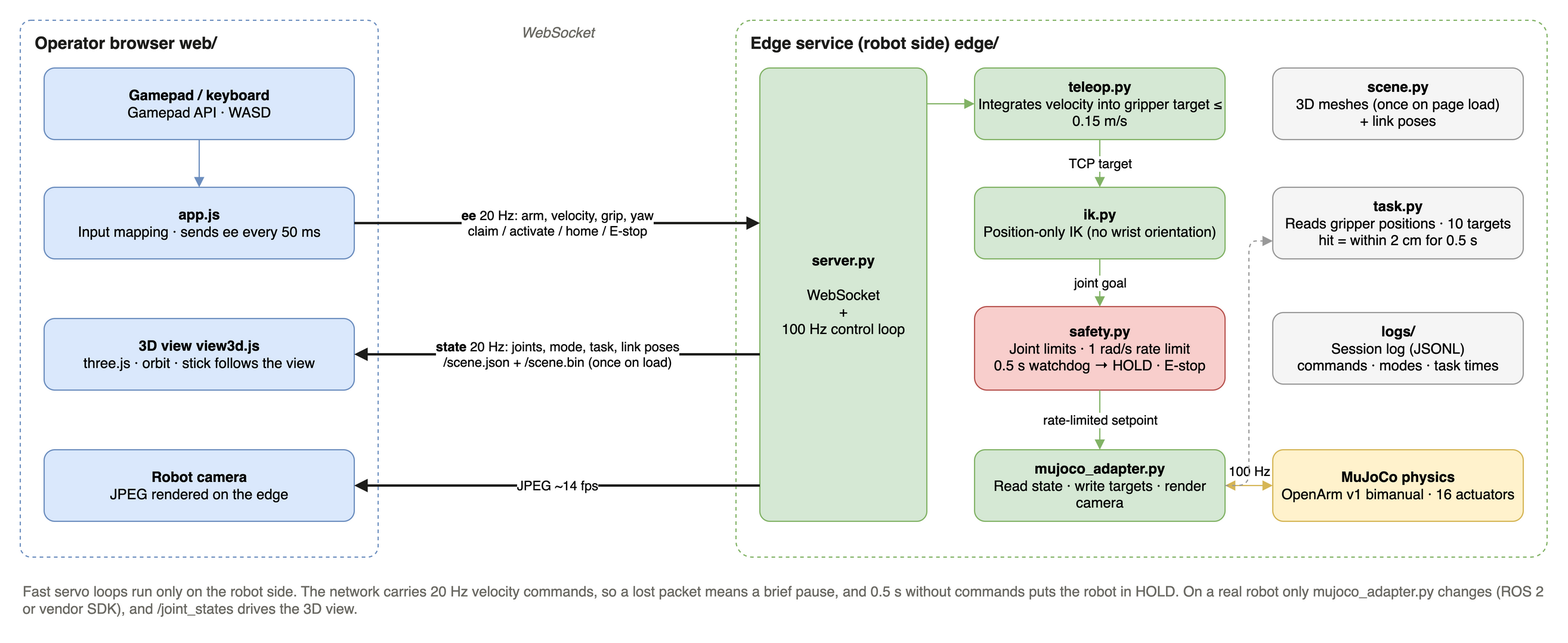
Above: docs/system-diagram.drawio.png in ysonggit/openarm-teleop-sim (draw.io), before the change. Source tidied: cells renumbered, new cells last; positions are measured from the earlier drawing's top-left corner, leaving out a move shared by most shapes.
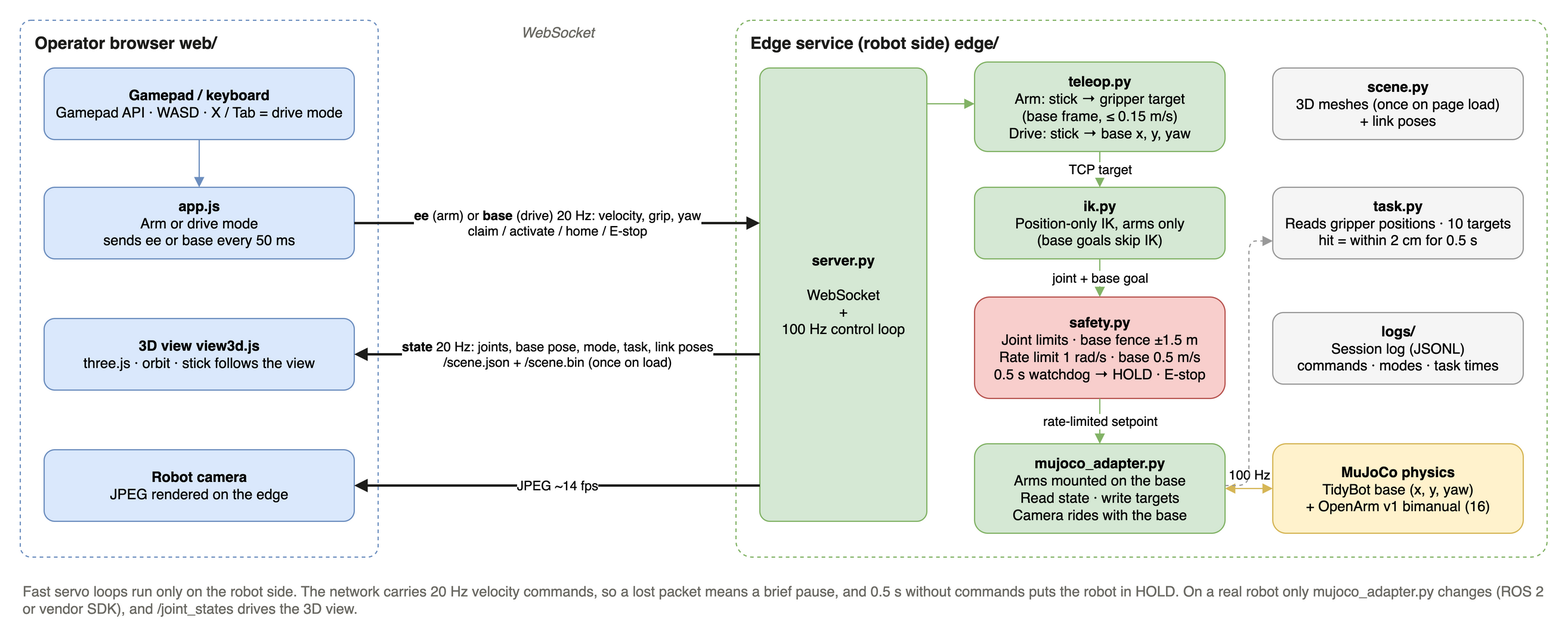
Later version of the same file.

Commit message:
README: screenshot and system diagram with the mobile base

What changed in the source:
```diff
@@ -8,10 +8,10 @@
     <mxCell id="3" value="Edge service (robot side)  edge/" style="rounded=1;arcSize=3;whiteSpace=wrap;html=1;dashed=1;fillColor=none;strokeColor=#82B366;verticalAlign=top;align=left;spacingLeft=10;spacingTop=4;fontStyle=1;fontSize=14;fontColor=#1D1D1B;" parent="1" vertex="1">
       <mxGeometry x="600" width="680" height="450" as="geometry" />
     </mxCell>
-    <mxCell id="4" value="&lt;b&gt;Gamepad / keyboard&lt;/b&gt;&lt;br&gt;Gamepad API · WASD" style="rounded=1;whiteSpace=wrap;html=1;fillColor=#DAE8FC;strokeColor=#6C8EBF;fontSize=12;" parent="1" vertex="1">
+    <mxCell id="4" value="&lt;b&gt;Gamepad / keyboard&lt;/b&gt;&lt;br&gt;Gamepad API · WASD · X / Tab = drive mode" style="rounded=1;whiteSpace=wrap;html=1;fillColor=#DAE8FC;strokeColor=#6C8EBF;fontSize=12;" parent="1" vertex="1">
       <mxGeometry x="20" y="40" width="260" height="60" as="geometry" />
     </mxCell>
-    <mxCell id="5" value="&lt;b&gt;app.js&lt;/b&gt;&lt;br&gt;Input mapping · sends ee every 50 ms" style="rounded=1;whiteSpace=wrap;html=1;fillColor=#DAE8FC;strokeColor=#6C8EBF;fontSize=12;" parent="1" vertex="1">
+    <mxCell id="5" value="&lt;b&gt;app.js&lt;/b&gt;&lt;br&gt;Arm or drive mode&lt;br&gt;sends ee or base every 50 ms" style="rounded=1;whiteSpace=wrap;html=1;fillColor=#DAE8FC;strokeColor=#6C8EBF;fontSize=12;" parent="1" vertex="1">
       <mxGeometry x="20" y="140" width="260" height="60" as="geometry" />
     </mxCell>
     <mxCell id="6" value="&lt;b&gt;3D view  view3d.js&lt;/b&gt;&lt;br&gt;three.js · orbit · stick follows the view" style="rounded=1;whiteSpace=wrap;html=1;fillColor=#DAE8FC;strokeColor=#6C8EBF;fontSize=12;" parent="1" vertex="1">
@@ -23,17 +23,17 @@
     <mxCell id="8" value="&lt;b&gt;server.py&lt;/b&gt;&lt;br&gt;&lt;br&gt;WebSocket&lt;br&gt;+&lt;br&gt;100 Hz control loop" style="rounded=1;arcSize=6;whiteSpace=wrap;html=1;fillColor=#D5E8D4;strokeColor=#82B366;fontSize=12;" parent="1" vertex="1">
       <mxGeometry x="620" y="40" width="140" height="380" as="geometry" />
     </mxCell>
-    <mxCell id="9" value="&lt;b&gt;teleop.py&lt;/b&gt;&lt;br&gt;Integrates velocity into gripper target ≤ 0.15 m/s" style="rounded=1;whiteSpace=wrap;html=1;fillColor=#D5E8D4;strokeColor=#82B366;fontSize=12;" parent="1" vertex="1">
-      <mxGeometry x="800" y="40" width="210" height="60" as="geometry" />
+    <mxCell id="9" value="&lt;b&gt;teleop.py&lt;/b&gt;&lt;br&gt;Arm: stick → gripper target&lt;br&gt;(base frame, ≤ 0.15 m/s)&lt;br&gt;Drive: stick → base x, y, yaw" style="rounded=1;whiteSpace=wrap;html=1;fillColor=#D5E8D4;strokeColor=#82B366;fontSize=12;" parent="1" vertex="1">
+      <mxGeometry x="800" y="35" width="210" height="75" as="geometry" />
     </mxCell>
-    <mxCell id="10" value="&lt;b&gt;ik.py&lt;/b&gt;&lt;br&gt;Position-only IK (no wrist orientation)" style="rounded=1;whiteSpace=wrap;html=1;fillColor=#D5E8D4;strokeColor=#82B366;fontSize=12;" parent="1" vertex="1">
+    <mxCell id="10" value="&lt;b&gt;ik.py&lt;/b&gt;&lt;br&gt;Position-only IK, arms only&lt;br&gt;(base goals skip IK)" style="rounded=1;whiteSpace=wrap;html=1;fillColor=#D5E8D4;strokeColor=#82B366;fontSize=12;" parent="1" vertex="1">
       <mxGeometry x="800" y="140" width="210" height="60" as="geometry" />
     </mxCell>
-    <mxCell id="11" value="&lt;b&gt;safety.py&lt;/b&gt;&lt;br&gt;Joint limits · 1 rad/s rate limit&lt;br&gt;0.5 s watchdog → HOLD · E-stop" style="rounded=1;whiteSpace=wrap;html=1;fillColor=#F8CECC;strokeColor=#B85450;fontSize=12;" parent="1" vertex="1">
-      <mxGeometry x="800" y="240" width="210" height="70" as="geometry" />
+    <mxCell id="11" value="&lt;b&gt;safety.py&lt;/b&gt;&lt;br&gt;Joint limits · base fence ±1.5 m&lt;br&gt;Rate limit 1 rad/s · base 0.5 m/s&lt;br&gt;0.5 s watchdog → HOLD · E-stop" style="rounded=1;whiteSpace=wrap;html=1;fillColor=#F8CECC;strokeColor=#B85450;fontSize=12;" parent="1" vertex="1">
+      <mxGeometry x="800" y="232" width="210" height="85" as="geometry" />
     </mxCell>
-    <mxCell id="12" value="&lt;b&gt;mujoco_adapter.py&lt;/b&gt;&lt;br&gt;Read state · write targets · render camera" style="rounded=1;whiteSpace=wrap;html=1;fillColor=#D5E8D4;strokeColor=#82B366;fontSize=12;" parent="1" vertex="1">
-      <mxGeometry x="800" y="360" width="210" height="60" as="geometry" />
+    <mxCell id="12" value="&lt;b&gt;mujoco_adapter.py&lt;/b&gt;&lt;br&gt;Arms mounted on the base&lt;br&gt;Read state · write targets&lt;br&gt;Camera rides with the base" style="rounded=1;whiteSpace=wrap;html=1;fillColor=#D5E8D4;strokeColor=#82B366;fontSize=12;" parent="1" vertex="1">
+      <mxGeometry x="800" y="355" width="210" height="75" as="geometry" />
     </mxCell>
     <mxCell id="13" value="&lt;b&gt;scene.py&lt;/b&gt;&lt;br&gt;3D meshes (once on page load)&lt;br&gt;+ link poses" style="rounded=1;whiteSpace=wrap;html=1;fillColor=#F5F5F5;strokeColor=#999999;fontSize=12;" parent="1" vertex="1">
       <mxGeometry x="1050" y="40" width="210" height="60" as="geometry" />
@@ -44,19 +44,19 @@
     <mxCell id="15" value="&lt;b&gt;logs/&lt;/b&gt;&lt;br&gt;Session log (JSONL)&lt;br&gt;commands · modes · task times" style="rounded=1;whiteSpace=wrap;html=1;fillColor=#F5F5F5;strokeColor=#999999;fontSize=12;" parent="1" vertex="1">
       <mxGeometry x="1050" y="245" width="210" height="60" as="geometry" />
     </mxCell>
-    <mxCell id="16" value="&lt;b&gt;MuJoCo physics&lt;/b&gt;&lt;br&gt;OpenArm v1 bimanual · 16 actuators" style="rounded=1;whiteSpace=wrap;html=1;fillColor=#FFF2CC;strokeColor=#D6B656;fontSize=12;" parent="1" vertex="1">
-      <mxGeometry x="1050" y="360" width="210" height="60" as="geometry" />
+    <mxCell id="16" value="&lt;b&gt;MuJoCo physics&lt;/b&gt;&lt;br&gt;TidyBot base (x, y, yaw)&lt;br&gt;+ OpenArm v1 bimanual (16)" style="rounded=1;whiteSpace=wrap;html=1;fillColor=#FFF2CC;strokeColor=#D6B656;fontSize=12;" parent="1" vertex="1">
+      <mxGeometry x="1050" y="355" width="210" height="75" as="geometry" />
     </mxCell>
     <mxCell id="17" style="edgeStyle=orthogonalEdgeStyle;html=1;endArrow=block;endFill=1;strokeColor=#6C8EBF;" parent="1" edge="1" source="4" target="5">
       <mxGeometry relative="1" as="geometry" />
     </mxCell>
-    <mxCell id="18" value="&lt;b&gt;ee&lt;/b&gt; 20 Hz: arm, velocity, grip, yaw&lt;br&gt;claim / activate / home / E-stop" style="html=1;endArrow=block;endFill=1;strokeWidth=2;strokeColor=#1D1D1B;fontSize=11;labelBackgroundColor=#FFFFFF;" parent="1" edge="1">
+    <mxCell id="18" value="&lt;b&gt;ee&lt;/b&gt; (arm) or &lt;b&gt;base&lt;/b&gt; (drive) 20 Hz: velocity, grip, yaw&lt;br&gt;claim / activate / home / E-stop" style="html=1;endArrow=block;endFill=1;strokeWidth=2;strokeColor=#1D1D1B;fontSize=11;labelBackgroundColor=#FFFFFF;" parent="1" edge="1">
       <mxGeometry relative="1" as="geometry">
         <mxPoint x="280" y="170" as="sourcePoint" />
         <mxPoint x="620" y="170" as="targetPoint" />
       </mxGeometry>
     </mxCell>
-    <mxCell id="19" value="&lt;b&gt;state&lt;/b&gt; 20 Hz: joints, mode, task, link poses&lt;br&gt;/scene.json + /scene.bin (once on load)" style="html=1;endArrow=block;endFill=1;strokeWidth=2;strokeColor=#1D1D1B;fontSize=11;labelBackgroundColor=#FFFFFF;" parent="1" edge="1">
+    <mxCell id="19" value="&lt;b&gt;state&lt;/b&gt; 20 Hz: joints, base pose, mode, task, link poses&lt;br&gt;/scene.json + /scene.bin (once on load)" style="html=1;endArrow=block;endFill=1;strokeWidth=2;strokeColor=#1D1D1B;fontSize=11;labelBackgroundColor=#FFFFFF;" parent="1" edge="1">
       <mxGeometry relative="1" as="geometry">
         <mxPoint x="620" y="280" as="sourcePoint" />
         <mxPoint x="280" y="280" as="targetPoint" />
@@ -80,7 +80,7 @@
     <mxCell id="23" value="TCP target" style="html=1;endArrow=block;endFill=1;strokeColor=#82B366;fontSize=11;labelBackgroundColor=#FFFFFF;" parent="1" edge="1" source="9" target="10">
       <mxGeometry relative="1" as="geometry" />
     </mxCell>
-    <mxCell id="24" value="joint goal" style="html=1;endArrow=block;endFill=1;strokeColor=#82B366;fontSize=11;labelBackgroundColor=#FFFFFF;" parent="1" edge="1" source="10" target="11">
+    <mxCell id="24" value="joint + base goal" style="html=1;endArrow=block;endFill=1;strokeColor=#82B366;fontSize=11;labelBackgroundColor=#FFFFFF;" parent="1" edge="1" source="10" target="11">
       <mxGeometry relative="1" as="geometry" />
     </mxCell>
     <mxCell id="25" value="rate-limited setpoint" style="html=1;endArrow=block;endFill=1;strokeColor=#82B366;fontSize=11;labelBackgroundColor=#FFFFFF;" parent="1" edge="1" source="11" target="12">
```
